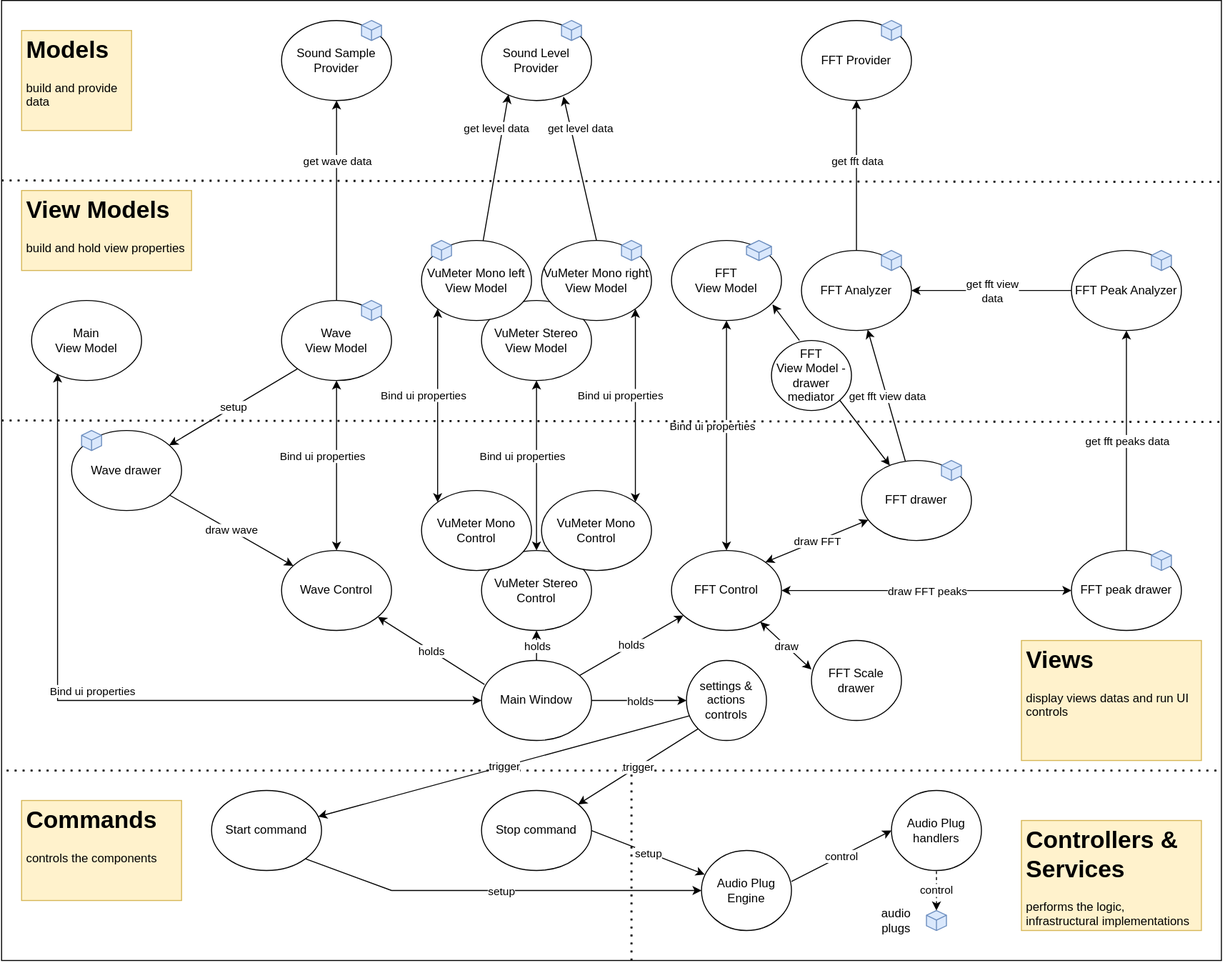
Before: Doc/components1.drawio.svg, a diagram exported from draw.io (franck-gaspoz/WindowsAudioSessionSample). Source tidied: cells renumbered, new cells last; positions are measured from the earlier drawing's top-left corner, leaving out a move shared by most shapes.
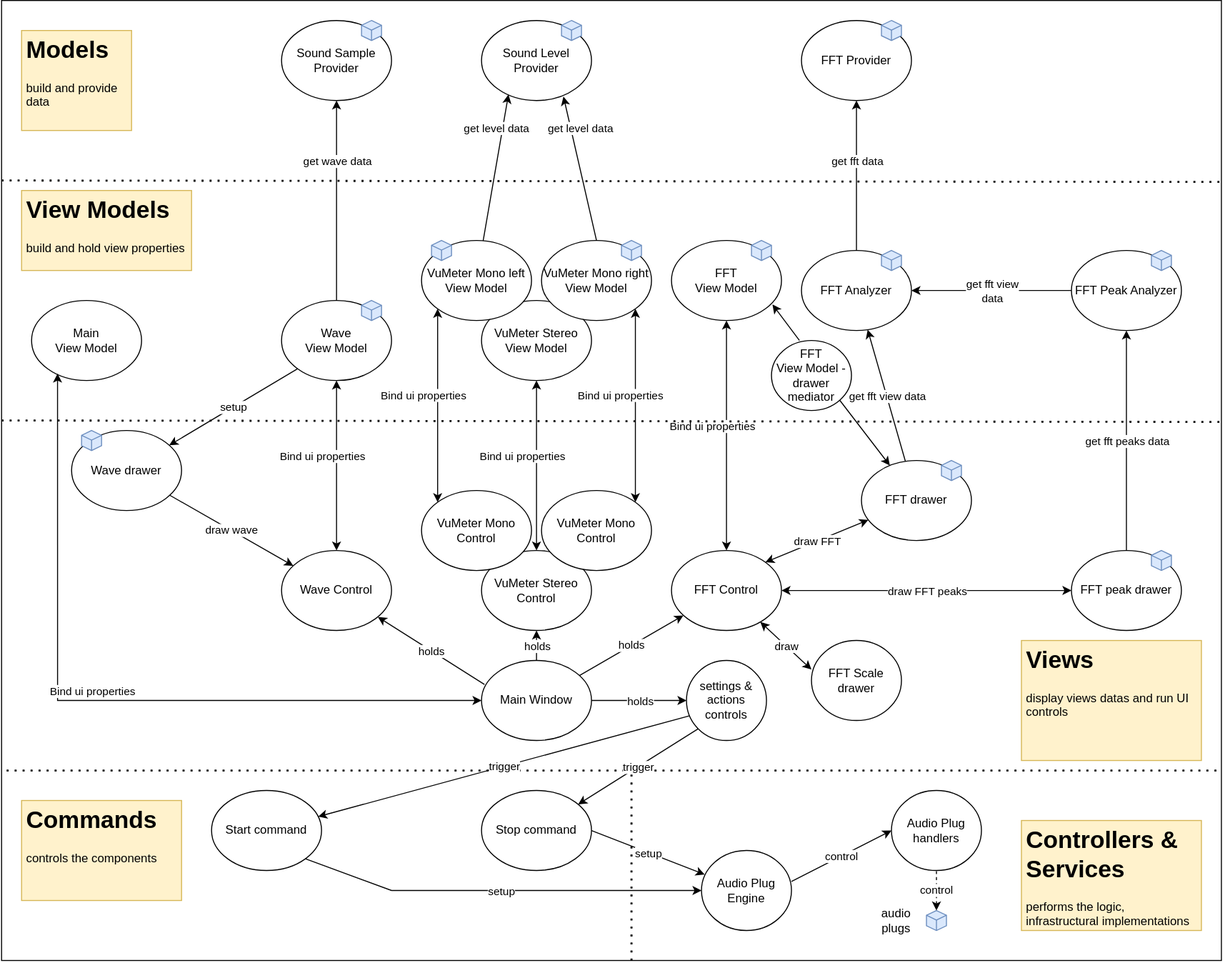
After the change.

Diff of the diagram source:
```diff
@@ -353,9 +353,6 @@
         <mxPoint y="-40" as="offset" />
       </mxGeometry>
     </mxCell>
-    <mxCell id="106" style="whiteSpace=wrap;html=1;shape=mxgraph.basic.isocube;isoAngle=15;fillColor=#dae8fc;strokeColor=#6c8ebf;" parent="1" vertex="1">
-      <mxGeometry x="745" y="240" width="25" height="20" as="geometry" />
-    </mxCell>
     <mxCell id="107" value="FFT&lt;br&gt;View Model - drawer mediator" style="ellipse;whiteSpace=wrap;html=1;" parent="1" vertex="1">
       <mxGeometry x="770" y="340" width="80" height="70" as="geometry" />
     </mxCell>
@@ -365,5 +362,8 @@
     <mxCell id="109" style="endArrow=classic;html=1;rounded=0;exitX=1;exitY=1;exitDx=0;exitDy=0;" parent="1" edge="1" source="107" target="4">
       <mxGeometry relative="1" as="geometry" />
     </mxCell>
+    <mxCell id="110" style="whiteSpace=wrap;html=1;shape=mxgraph.basic.isocube;isoAngle=15;fillColor=#dae8fc;strokeColor=#6c8ebf;" parent="1" vertex="1">
+      <mxGeometry x="750" y="240" width="20" height="20" as="geometry" />
+    </mxCell>
   </root>
 </mxGraphModel>
```
